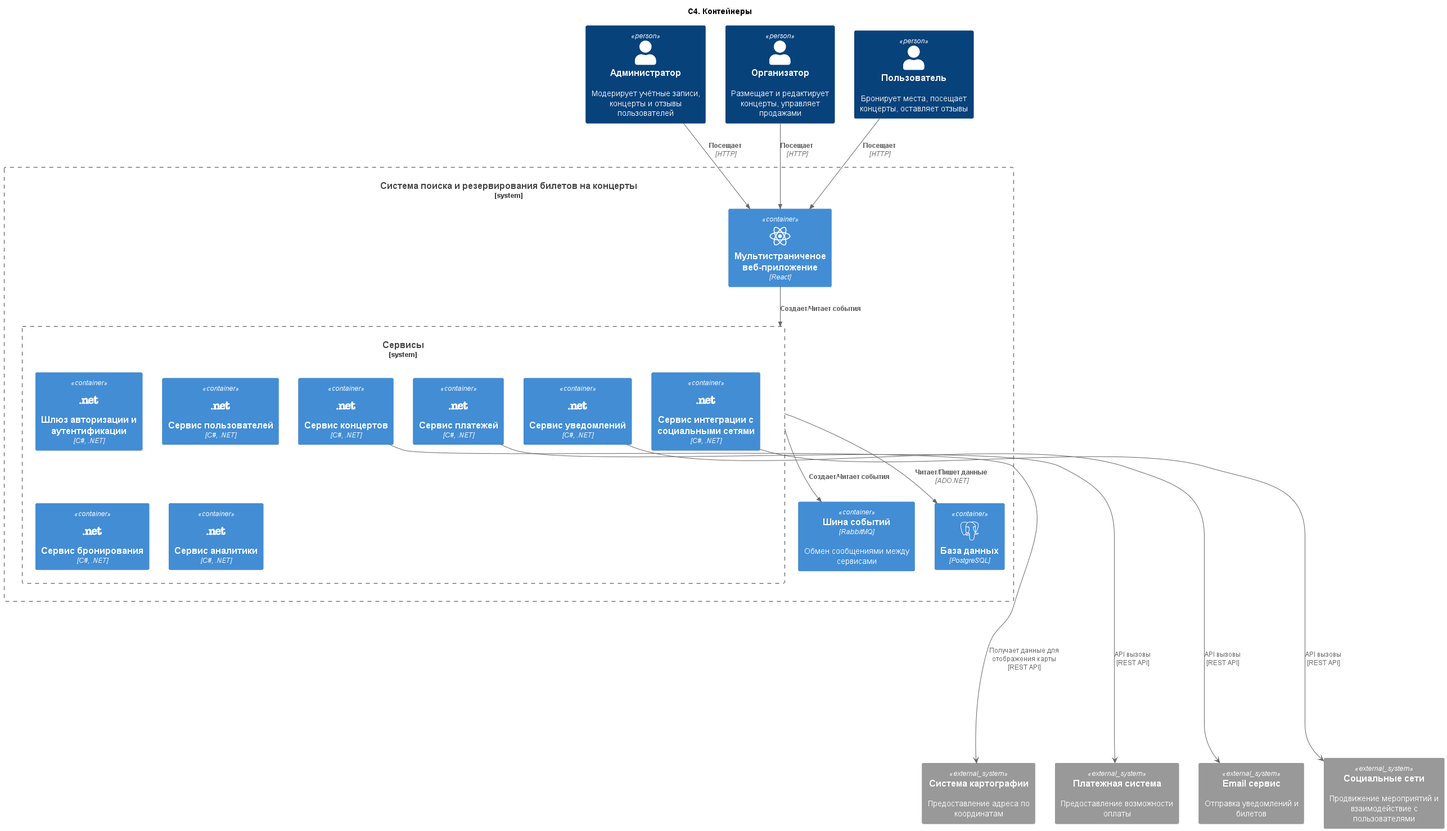
Before: out/2. Технический проект/2_container/C4. Контейнеры.png, a diagram exported from PlantUML (amfunNylord/rtpo).
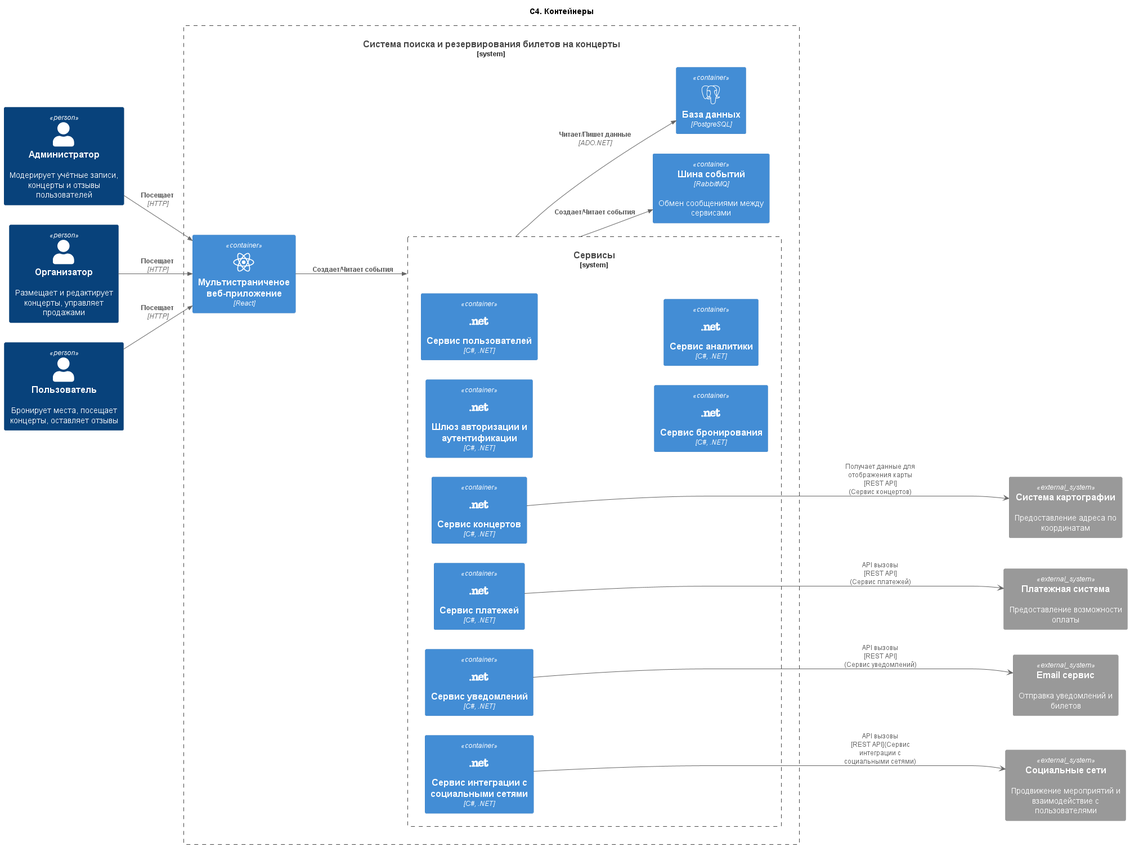
After the change.

Change to the diagram source:
```diff
@@ -1,4 +1,5 @@
 @startuml C4. Контейнеры
+left to right direction
 
 title C4. Контейнеры
 
@@ -42,13 +43,13 @@
 Rel(services, database, "Читает/Пишет данные", "ADO.NET")
 Rel(services, rabbitmq, "Создает/Читает события")
 
-concert_service --> map_system : "Получает данные для отображения карты\n[REST API]"
+concert_service --> map_system : "Получает данные для отображения карты\n[REST API]\n(Сервис концертов)"
 concert_service ---[hidden]---> map_system
-notification_service --> email_system : "API вызовы\n[REST API]"
+notification_service --> email_system : "API вызовы\n[REST API]\n(Сервис уведомлений)"
 notification_service ---[hidden]---> email_system
-payment_service --> payment_system : "API вызовы\n[REST API]"
+payment_service --> payment_system : "API вызовы\n[REST API]\n(Сервис платежей)"
 payment_service ---[hidden]---> payment_system
-social_integration_service --> socials_system : "API вызовы\n[REST API]"
+social_integration_service --> socials_system : "API вызовы\n[REST API](Сервис интеграции с социальными сетями)"
 social_integration_service ---[hidden]---> socials_system
 
 Rel(web_app, services, "Создает/Читает события")
```
